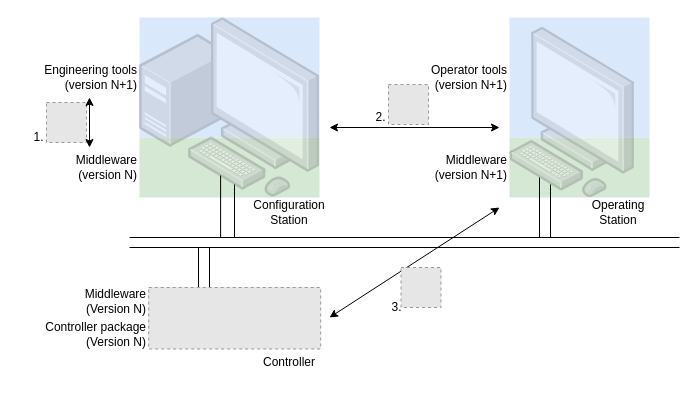
Earlier version of the draw.io diagram CB DCS compatibility challenges.drawio (ossikankainen/dipan_kaaviot). Source tidied: cells renumbered, new cells numbered last; positions are measured from the earlier drawing's top-left corner, leaving out a move shared by most shapes. Both pictures are drawn from the tidied source at 100%, with x=0, y=0 at pixel (29, 17). Pictures stored in the file or linked from it are replaced by grey dashed boxes.
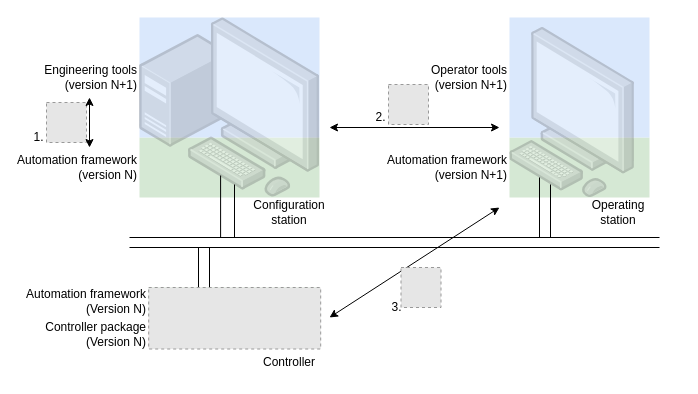
After the change.

What changed in the source:
```diff
@@
-    <mxCell id="2" value="Middleware&lt;br&gt;(version N)" style="rounded=0;whiteSpace=wrap;html=1;fillColor=#d5e8d4;strokeColor=none;labelPosition=left;verticalLabelPosition=middle;align=right;verticalAlign=middle;" parent="1" vertex="1">
+    <mxCell id="2" value="Automation framework&lt;br&gt;(version N)" style="rounded=0;whiteSpace=wrap;html=1;fillColor=#d5e8d4;strokeColor=none;labelPosition=left;verticalLabelPosition=middle;align=right;verticalAlign=middle;" parent="1" vertex="1">
       <mxGeometry x="110" y="120" width="180" height="60" as="geometry" />
     </mxCell>
@@
-    <mxCell id="4" value="Middleware&lt;br&gt;(version N+1)" style="rounded=0;whiteSpace=wrap;html=1;fillColor=#d5e8d4;strokeColor=none;labelPosition=left;verticalLabelPosition=middle;align=right;verticalAlign=middle;" parent="1" vertex="1">
+    <mxCell id="4" value="Automation framework&lt;br&gt;(version N+1)" style="rounded=0;whiteSpace=wrap;html=1;fillColor=#d5e8d4;strokeColor=none;labelPosition=left;verticalLabelPosition=middle;align=right;verticalAlign=middle;" parent="1" vertex="1">
       <mxGeometry x="480" y="120" width="140" height="60" as="geometry" />
     </mxCell>
@@
-    <mxCell id="8" value="Middleware&lt;br&gt;(Version N)" style="rounded=0;whiteSpace=wrap;html=1;fillColor=#d5e8d4;strokeColor=none;labelPosition=left;verticalLabelPosition=middle;align=right;verticalAlign=middle;spacingBottom=3;" parent="1" vertex="1">
+    <mxCell id="8" value="Automation framework&lt;br&gt;(Version N)" style="rounded=0;whiteSpace=wrap;html=1;fillColor=#d5e8d4;strokeColor=none;labelPosition=left;verticalLabelPosition=middle;align=right;verticalAlign=middle;spacingBottom=3;" parent="1" vertex="1">
       <mxGeometry x="119.2" y="270" width="170.8" height="30" as="geometry" />
     </mxCell>
@@
-    <mxCell id="12" value="Configuration&lt;br&gt;Station" style="text;html=1;strokeColor=none;fillColor=none;align=center;verticalAlign=middle;whiteSpace=wrap;rounded=0;" parent="1" vertex="1">
+    <mxCell id="12" value="Configuration&lt;br&gt;station" style="text;html=1;strokeColor=none;fillColor=none;align=center;verticalAlign=middle;whiteSpace=wrap;rounded=0;" parent="1" vertex="1">
       <mxGeometry x="230" y="180" width="60" height="30" as="geometry" />
     </mxCell>
-    <mxCell id="13" value="Operating&lt;br&gt;Station" style="text;html=1;strokeColor=none;fillColor=none;align=center;verticalAlign=middle;whiteSpace=wrap;rounded=0;" parent="1" vertex="1">
+    <mxCell id="13" value="Operating&lt;br&gt;station" style="text;html=1;strokeColor=none;fillColor=none;align=center;verticalAlign=middle;whiteSpace=wrap;rounded=0;" parent="1" vertex="1">
       <mxGeometry x="558.5" y="180" width="60" height="30" as="geometry" />
     </mxCell>
     <mxCell id="14" style="endArrow=none;html=1;rounded=0;" parent="1" edge="1">
       <mxGeometry relative="1" as="geometry">
         <mxPoint x="100" y="220" as="sourcePoint" />
-        <mxPoint x="650" y="220" as="targetPoint" />
+        <mxPoint x="630" y="220" as="targetPoint" />
       </mxGeometry>
     </mxCell>
     <mxCell id="15" style="endArrow=none;html=1;rounded=0;" parent="1" edge="1">
       <mxGeometry relative="1" as="geometry">
         <mxPoint x="100" y="230" as="sourcePoint" />
-        <mxPoint x="650" y="230" as="targetPoint" />
+        <mxPoint x="630" y="230" as="targetPoint" />
       </mxGeometry>
     </mxCell>
```
